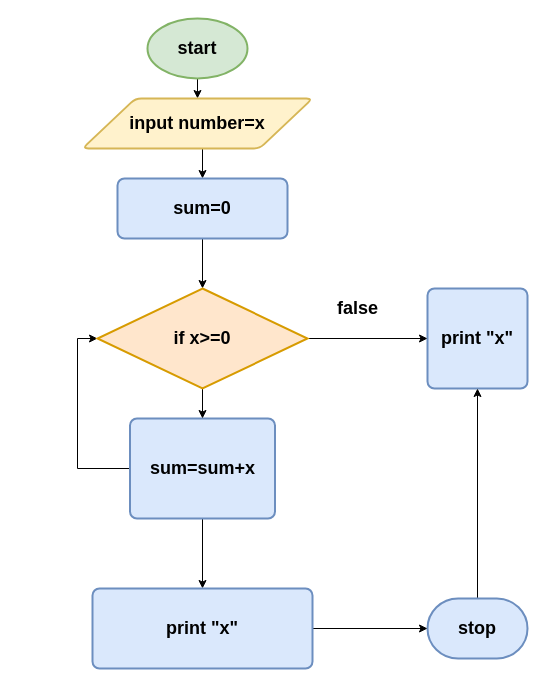
essaoudi01/drawio-desktop keeps this draw.io diagram as build/Diagramme runining sum.drawio. Above is the earlier version. Source tidied: cells renumbered, new cells numbered last; positions are measured from the earlier drawing's top-left corner, leaving out a move shared by most shapes. Both pictures are drawn from the tidied source at 100%, with x=0, y=0 at pixel (82, 18).
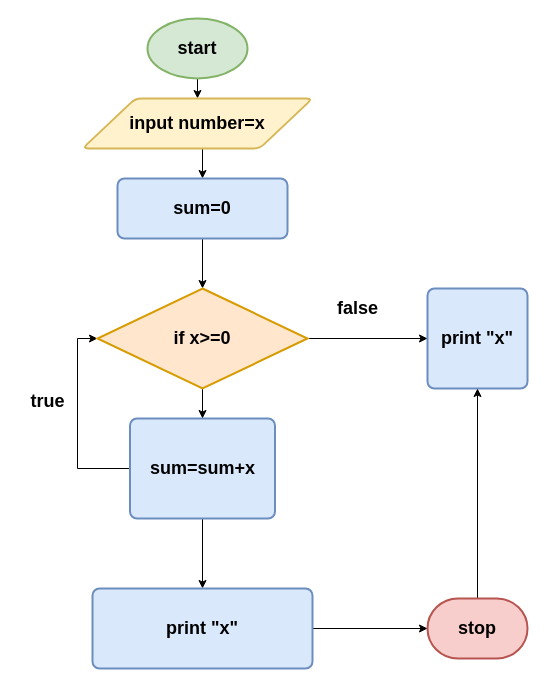
After the change.

Commit message (it also covers changes not shown here):
Mettre à jour Diagramme runining sum.drawio

What changed in the source:
```diff
@@
-    <mxCell id="17" value="&lt;h2&gt;stop&lt;/h2&gt;" style="strokeWidth=2;html=1;shape=mxgraph.flowchart.terminator;whiteSpace=wrap;direction=east;fillColor=#dae8fc;strokeColor=#6c8ebf;" parent="1" vertex="1">
+    <mxCell id="17" value="&lt;h2&gt;stop&lt;/h2&gt;" style="strokeWidth=2;html=1;shape=mxgraph.flowchart.terminator;whiteSpace=wrap;direction=east;fillColor=#f8cecc;strokeColor=#b85450;" parent="1" vertex="1">
       <mxGeometry x="345" y="580" width="100" height="60" as="geometry" />
     </mxCell>
@@
+    <mxCell id="20" value="&lt;h2&gt;&lt;font style=&quot;font-size: 18px;&quot;&gt;true&lt;/font&gt;&lt;/h2&gt;" style="text;html=1;align=center;verticalAlign=middle;strokeColor=none;fillColor=none;fontSize=18;" parent="1" vertex="1">
+      <mxGeometry x="-65" y="335" width="60" height="90" as="geometry" />
+    </mxCell>
```
